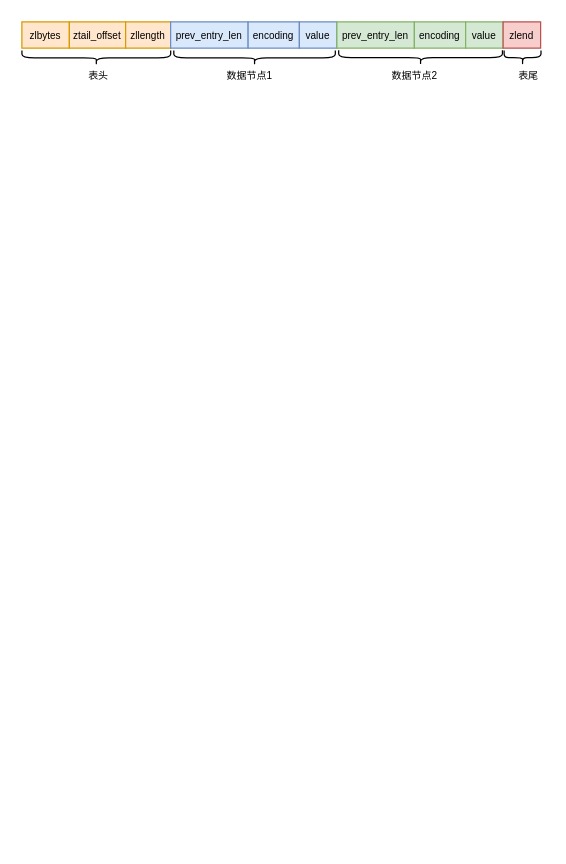
This is objects/uml/ziplistdrawio.drawio from guozhaoxin/redis-src-code, a draw.io file, before an edit. Source tidied: cells renumbered, new cells numbered last; positions are measured from the earlier drawing's top-left corner, leaving out a move shared by most shapes. Both pictures are drawn from the tidied source at 125%, with x=0, y=0 at pixel (21, -25).
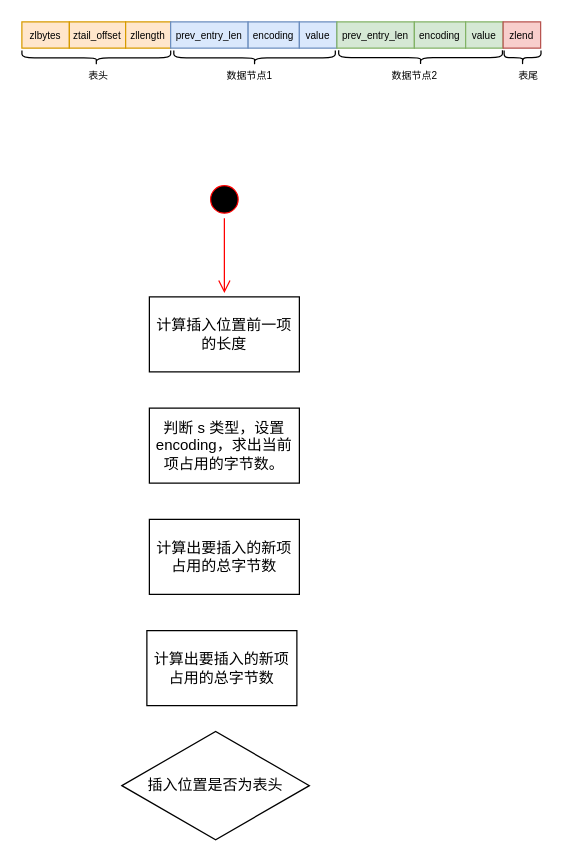
After the change.

Commit message (it also covers changes not shown here):
zip 进行中

The edit, as a diff of the source:
```diff
@@
+    <mxCell id="20" style="ellipse;html=1;shape=startState;fillColor=#000000;strokeColor=#ff0000;" parent="1" vertex="1">
+      <mxGeometry x="147" y="164" width="30" height="30" as="geometry" />
+    </mxCell>
+    <mxCell id="21" style="edgeStyle=orthogonalEdgeStyle;html=1;verticalAlign=bottom;endArrow=open;endSize=8;strokeColor=#ff0000;rounded=0;" parent="1" edge="1" source="20">
+      <mxGeometry relative="1" as="geometry">
+        <mxPoint x="162" y="254" as="targetPoint" />
+      </mxGeometry>
+    </mxCell>
+    <mxCell id="22" value="计算插入位置前一项的长度" style="rounded=0;whiteSpace=wrap;html=1;" parent="1" vertex="1">
+      <mxGeometry x="102" y="257" width="120" height="60" as="geometry" />
+    </mxCell>
+    <mxCell id="23" value="判断 s 类型，设置 encoding，求出当前项占用的字节数。" style="rounded=0;whiteSpace=wrap;html=1;" parent="1" vertex="1">
+      <mxGeometry x="102" y="346" width="120" height="60" as="geometry" />
+    </mxCell>
+    <mxCell id="24" value="计算出要插入的新项占用的总字节数" style="rounded=0;whiteSpace=wrap;html=1;" parent="1" vertex="1">
+      <mxGeometry x="102" y="435" width="120" height="60" as="geometry" />
+    </mxCell>
+    <mxCell id="25" value="计算出要插入的新项占用的总字节数" style="rounded=0;whiteSpace=wrap;html=1;" parent="1" vertex="1">
+      <mxGeometry x="100" y="524" width="120" height="60" as="geometry" />
+    </mxCell>
+    <mxCell id="26" value="插入位置是否为表头" style="html=1;whiteSpace=wrap;shape=isoRectangle;" parent="1" vertex="1">
+      <mxGeometry x="80" y="603" width="150" height="90" as="geometry" />
+    </mxCell>
```
